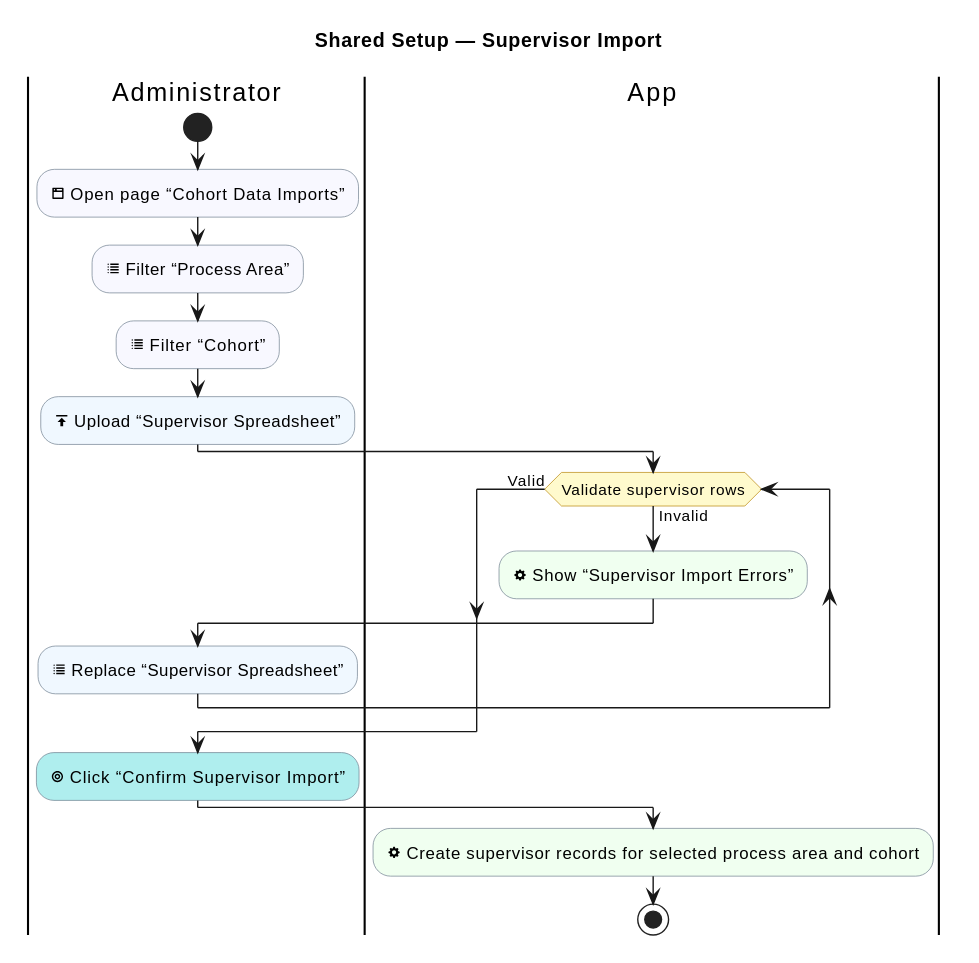
Before: industrial-placement-group-project/diagrams/shared-setup/supervisor-import.svg, a diagram exported from PlantUML (sdflkjssl/sdflkjssl.github.io).
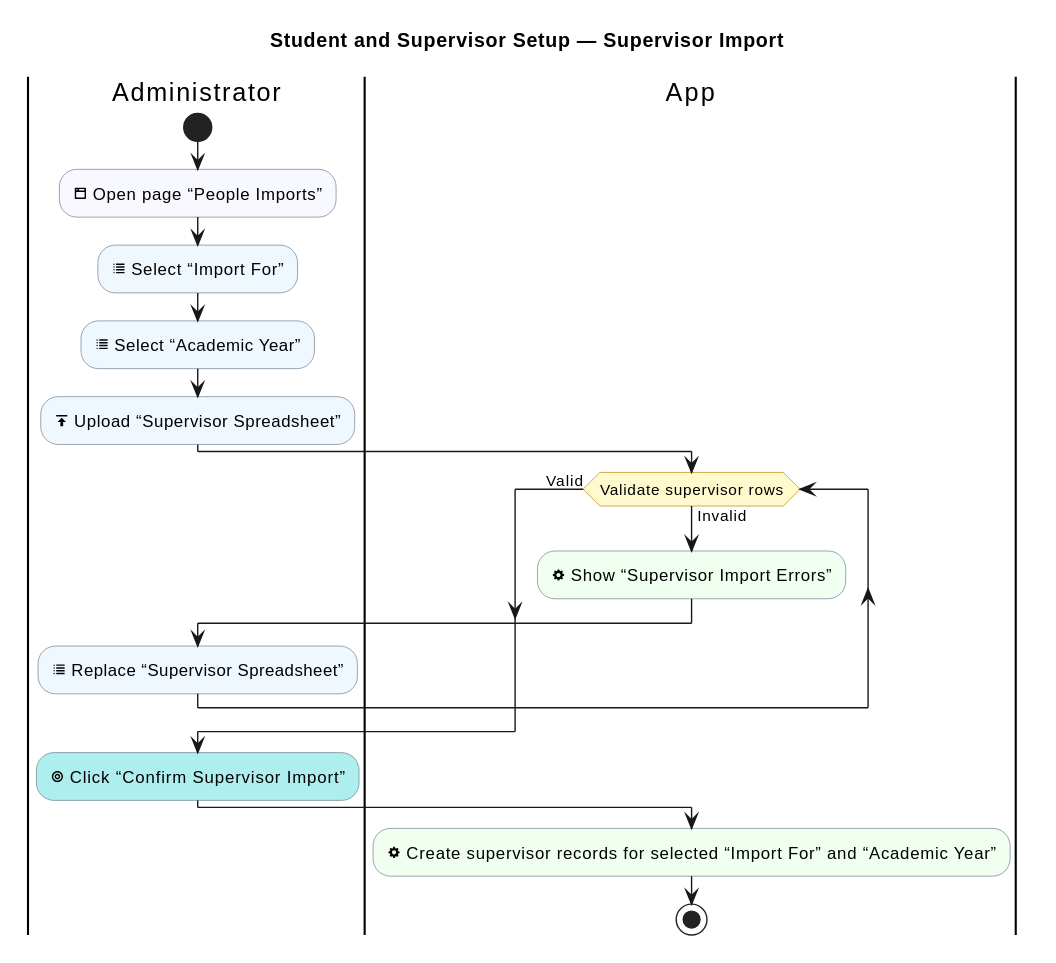
The same file after the commit.

Change to the diagram source:
```diff
@@ -1,6 +1,6 @@
 @startuml
 !pragma layout smetana
-title Shared Setup — Supervisor Import
+title Student and Supervisor Setup — Supervisor Import
 skinparam shadowing false
 skinparam activityBackgroundColor GhostWhite
 skinparam activityBorderColor SlateGray
@@ -12,9 +12,9 @@
 
 |Administrator|
 start
-:<&browser> Open page “Cohort Data Imports”; <<#GhostWhite>>
-:<&list> Filter “Process Area”; <<#GhostWhite>>
-:<&list> Filter “Cohort”; <<#GhostWhite>>
+:<&browser> Open page “People Imports”; <<#GhostWhite>>
+:<&list> Select “Import For”; <<#AliceBlue>>
+:<&list> Select “Academic Year”; <<#AliceBlue>>
 :<&data-transfer-upload> Upload “Supervisor Spreadsheet”; <<#AliceBlue>>
 
 |App|
@@ -28,6 +28,6 @@
 |Administrator|
 :<&target> Click “Confirm Supervisor Import”; <<#PaleTurquoise>>
 |App|
-:<&cog> Create supervisor records for selected process area and cohort; <<#HoneyDew>>
+:<&cog> Create supervisor records for selected “Import For” and “Academic Year”; <<#HoneyDew>>
 stop
 @enduml
```
